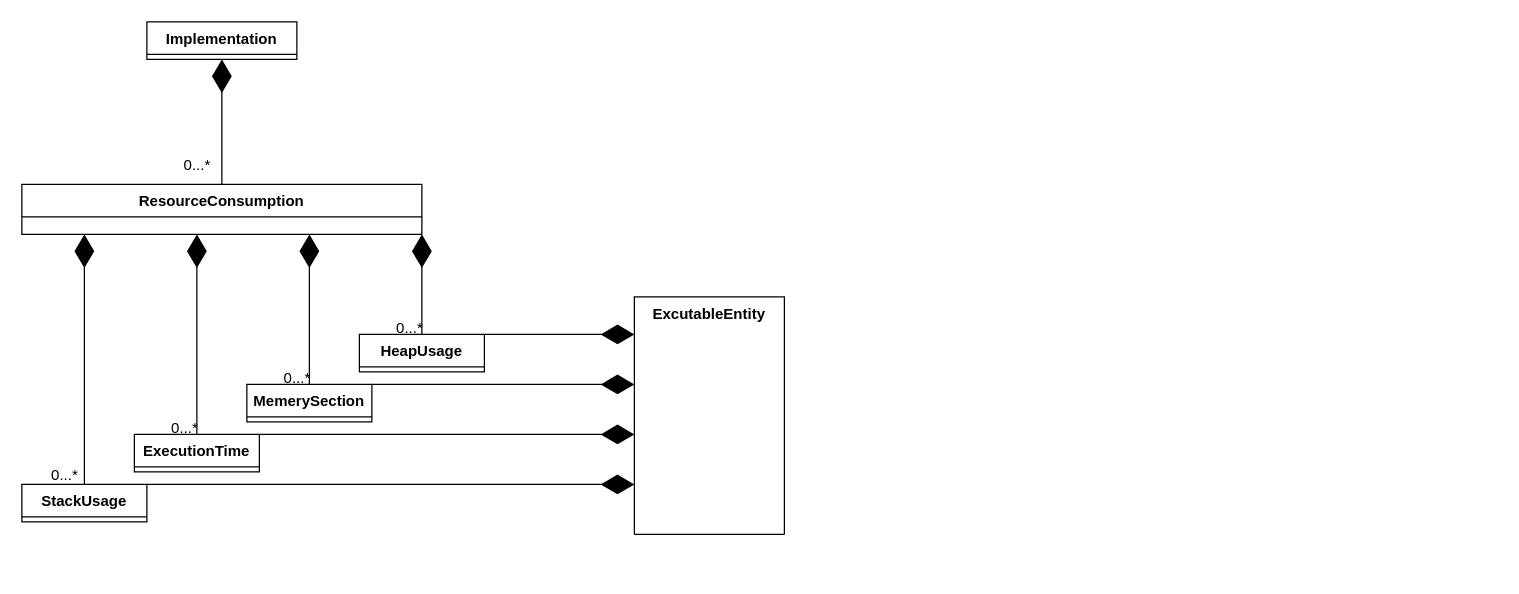
Before: AutoSar_RTE_UML.drawio in fansunjia/AutoSar_RTEUML, a draw.io diagram. Source tidied: cells renumbered, new cells numbered last; positions are measured from the earlier drawing's top-left corner, leaving out a move shared by most shapes. Both pictures are drawn from the tidied source at 125%, with x=0, y=0 at pixel (21, 21).
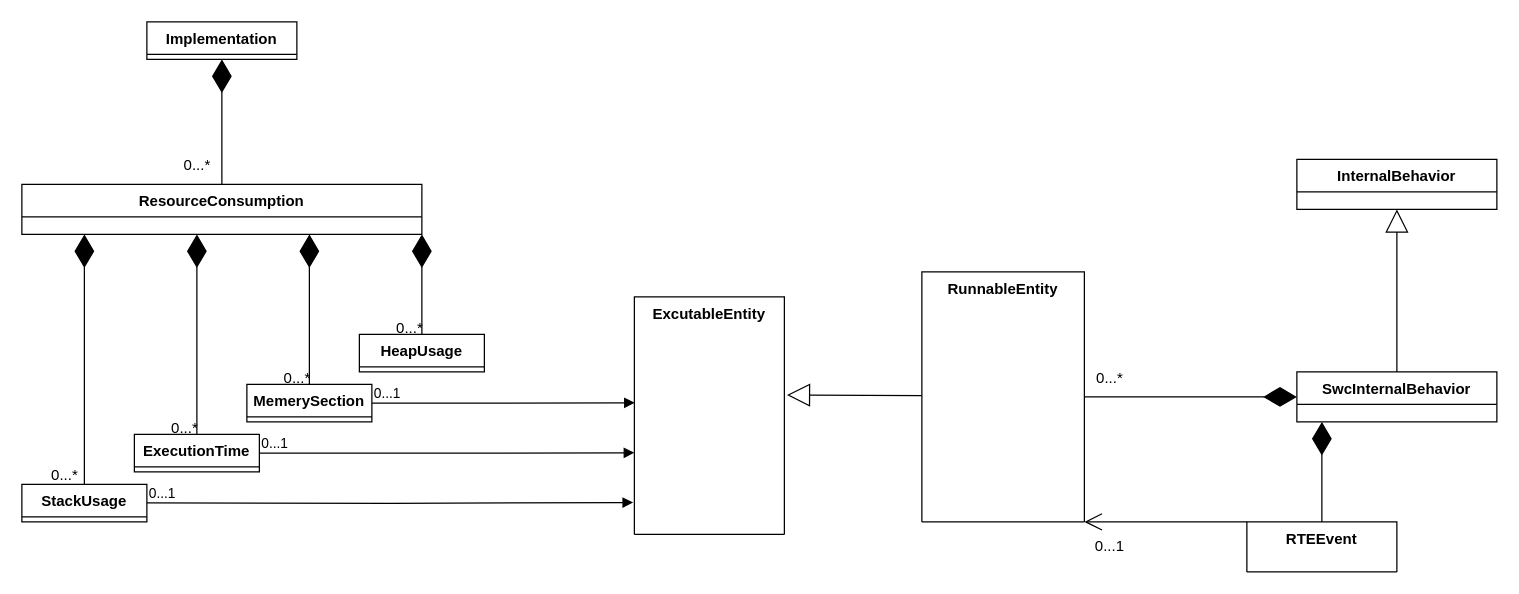
The same page after the edit.

The change refers to these unchanged cells:
```xml
<mxCell id="7" value="HeapUsage" style="swimlane;fontStyle=1;align=center;verticalAlign=top;horizontal=1;startSize=26;whiteSpace=wrap;html=1;" parent="1" vertex="1" collapsed="1">
  <mxGeometry x="270" y="250" width="100" height="30" as="geometry" />
</mxCell>
<mxCell id="8" value="MemerySection" style="swimlane;fontStyle=1;align=center;verticalAlign=top;horizontal=1;startSize=26;whiteSpace=wrap;html=1;" parent="1" vertex="1" collapsed="1">
  <mxGeometry x="180" y="290" width="100" height="30" as="geometry" />
</mxCell>
<mxCell id="9" value="ExecutionTime" style="swimlane;fontStyle=1;align=center;verticalAlign=top;horizontal=1;startSize=26;whiteSpace=wrap;html=1;" parent="1" vertex="1" collapsed="1">
  <mxGeometry x="90" y="330" width="100" height="30" as="geometry" />
</mxCell>
<mxCell id="10" value="StackUsage" style="swimlane;fontStyle=1;align=center;verticalAlign=top;horizontal=1;startSize=26;whiteSpace=wrap;html=1;" parent="1" vertex="1" collapsed="1">
  <mxGeometry y="370" width="100" height="30" as="geometry" />
</mxCell>
<mxCell id="18" value="ExcutableEntity" style="swimlane;fontStyle=1;align=center;verticalAlign=top;horizontal=1;startSize=190;whiteSpace=wrap;html=1;" parent="1" vertex="1" collapsed="1">
  <mxGeometry x="490" y="220" width="120" height="190" as="geometry" />
</mxCell>
```

Change to the diagram source:
```diff
@@
-    <mxCell id="19" style="endArrow=diamondThin;endFill=1;endSize=24;html=1;rounded=0;exitX=1;exitY=0;exitDx=0;exitDy=0;entryX=0;entryY=0.158;entryDx=0;entryDy=0;entryPerimeter=0;" parent="1" edge="1" source="7" target="18">
-      <mxGeometry relative="1" as="geometry" />
-    </mxCell>
-    <mxCell id="20" style="endArrow=diamondThin;endFill=1;endSize=24;html=1;rounded=0;exitX=1;exitY=0;exitDx=0;exitDy=0;" parent="1" edge="1" source="8">
-      <mxGeometry relative="1" as="geometry">
-        <mxPoint x="490" y="290" as="targetPoint" />
-      </mxGeometry>
-    </mxCell>
-    <mxCell id="21" style="endArrow=diamondThin;endFill=1;endSize=24;html=1;rounded=0;exitX=1;exitY=0;exitDx=0;exitDy=0;" parent="1" edge="1" source="9">
-      <mxGeometry relative="1" as="geometry">
-        <mxPoint x="490" y="330" as="targetPoint" />
-      </mxGeometry>
-    </mxCell>
-    <mxCell id="22" style="endArrow=diamondThin;endFill=1;endSize=24;html=1;rounded=0;exitX=1;exitY=0;exitDx=0;exitDy=0;" parent="1" edge="1" source="10">
-      <mxGeometry relative="1" as="geometry">
-        <mxPoint x="490" y="370" as="targetPoint" />
-      </mxGeometry>
-    </mxCell>
+    <mxCell id="23" style="endArrow=block;endFill=1;html=1;edgeStyle=orthogonalEdgeStyle;align=left;verticalAlign=top;rounded=0;exitX=1;exitY=0.5;exitDx=0;exitDy=0;entryX=0.003;entryY=0.446;entryDx=0;entryDy=0;entryPerimeter=0;" parent="1" edge="1" source="8" target="18">
+      <mxGeometry x="-1" relative="1" as="geometry" />
+    </mxCell>
+    <mxCell id="24" value="0...1" style="edgeLabel;html=1;align=left;verticalAlign=bottom;" parent="23" vertex="1">
+      <mxGeometry x="-1" relative="1" as="geometry" />
+    </mxCell>
+    <mxCell id="25" style="endArrow=block;endFill=1;html=1;edgeStyle=orthogonalEdgeStyle;align=left;verticalAlign=top;rounded=0;exitX=1;exitY=0.5;exitDx=0;exitDy=0;entryX=0.003;entryY=0.446;entryDx=0;entryDy=0;entryPerimeter=0;" parent="1" edge="1" source="9">
+      <mxGeometry x="-1" relative="1" as="geometry">
+        <mxPoint x="490" y="344.7" as="targetPoint" />
+      </mxGeometry>
+    </mxCell>
+    <mxCell id="26" value="0...1" style="edgeLabel;html=1;align=left;verticalAlign=bottom;" parent="25" vertex="1">
+      <mxGeometry x="-1" relative="1" as="geometry" />
+    </mxCell>
+    <mxCell id="27" style="endArrow=block;endFill=1;html=1;edgeStyle=orthogonalEdgeStyle;align=left;verticalAlign=top;rounded=0;exitX=1;exitY=0.5;exitDx=0;exitDy=0;entryX=-0.008;entryY=0.866;entryDx=0;entryDy=0;entryPerimeter=0;" parent="1" edge="1" target="18">
+      <mxGeometry x="-1" relative="1" as="geometry">
+        <mxPoint x="100" y="384.7" as="sourcePoint" />
+      </mxGeometry>
+    </mxCell>
+    <mxCell id="28" value="0...1" style="edgeLabel;html=1;align=left;verticalAlign=bottom;" parent="27" vertex="1">
+      <mxGeometry x="-1" relative="1" as="geometry" />
+    </mxCell>
+    <mxCell id="29" style="endArrow=block;endSize=16;endFill=0;html=1;rounded=0;entryX=1.017;entryY=0.413;entryDx=0;entryDy=0;entryPerimeter=0;" parent="1" edge="1" target="18">
+      <mxGeometry relative="1" as="geometry">
+        <mxPoint x="720" y="299" as="sourcePoint" />
+      </mxGeometry>
+    </mxCell>
+    <mxCell id="30" value="RunnableEntity" style="swimlane;fontStyle=1;align=center;verticalAlign=top;horizontal=1;startSize=200;whiteSpace=wrap;html=1;" parent="1" vertex="1" collapsed="1">
+      <mxGeometry x="720" y="200" width="130" height="200" as="geometry" />
+    </mxCell>
+    <mxCell id="31" value="SwcInternalBehavior" style="swimlane;fontStyle=1;align=center;verticalAlign=top;horizontal=1;startSize=26;whiteSpace=wrap;html=1;" parent="1" vertex="1" collapsed="1">
+      <mxGeometry x="1020" y="280" width="160" height="40" as="geometry" />
+    </mxCell>
+    <mxCell id="32" value="InternalBehavior" style="swimlane;fontStyle=1;align=center;verticalAlign=top;horizontal=1;startSize=26;whiteSpace=wrap;html=1;" parent="1" vertex="1" collapsed="1">
+      <mxGeometry x="1020" y="110" width="160" height="40" as="geometry" />
+    </mxCell>
+    <mxCell id="33" style="endArrow=block;endSize=16;endFill=0;html=1;rounded=0;entryX=0.5;entryY=1;entryDx=0;entryDy=0;exitX=0.5;exitY=0;exitDx=0;exitDy=0;" parent="1" edge="1" source="31" target="32">
+      <mxGeometry relative="1" as="geometry" />
+    </mxCell>
+    <mxCell id="34" value="RTEEvent" style="swimlane;fontStyle=1;align=center;verticalAlign=top;horizontal=1;startSize=40;whiteSpace=wrap;html=1;" parent="1" vertex="1" collapsed="1">
+      <mxGeometry x="980" y="400" width="120" height="40" as="geometry" />
+    </mxCell>
+    <mxCell id="35" style="group;" parent="1" vertex="1">
+      <mxGeometry x="850" y="270" width="40" height="30" as="geometry" />
+    </mxCell>
+    <mxCell id="36" style="endArrow=diamondThin;endFill=1;endSize=24;html=1;rounded=0;entryX=0;entryY=0.5;entryDx=0;entryDy=0;exitX=1;exitY=0.5;exitDx=0;exitDy=0;" parent="35" edge="1" source="30" target="31">
+      <mxGeometry relative="1" as="geometry" />
+    </mxCell>
+    <mxCell id="37" value="0...*" style="text;html=1;align=center;verticalAlign=middle;strokeColor=none;fillColor=none;" parent="35" vertex="1">
+      <mxGeometry width="40" height="30" as="geometry" />
+    </mxCell>
+    <mxCell id="38" style="endArrow=diamondThin;endFill=1;endSize=24;html=1;rounded=0;exitX=0.5;exitY=0;exitDx=0;exitDy=0;" parent="1" edge="1" source="34">
+      <mxGeometry relative="1" as="geometry">
+        <mxPoint x="1040" y="320" as="targetPoint" />
+      </mxGeometry>
+    </mxCell>
+    <mxCell id="39" style="endArrow=open;endFill=1;endSize=12;html=1;rounded=0;entryX=1;entryY=1;entryDx=0;entryDy=0;exitX=0;exitY=0;exitDx=0;exitDy=0;" parent="1" edge="1" source="34" target="30">
+      <mxGeometry relative="1" as="geometry" />
+    </mxCell>
+    <mxCell id="40" style="group;" parent="1" vertex="1">
+      <mxGeometry x="850" y="405" width="45" height="30" as="geometry" />
+    </mxCell>
+    <mxCell id="41" value="0...1" style="text;html=1;align=center;verticalAlign=middle;strokeColor=none;fillColor=none;" parent="40" vertex="1">
+      <mxGeometry x="-5" width="50" height="30" as="geometry" />
+    </mxCell>
```
